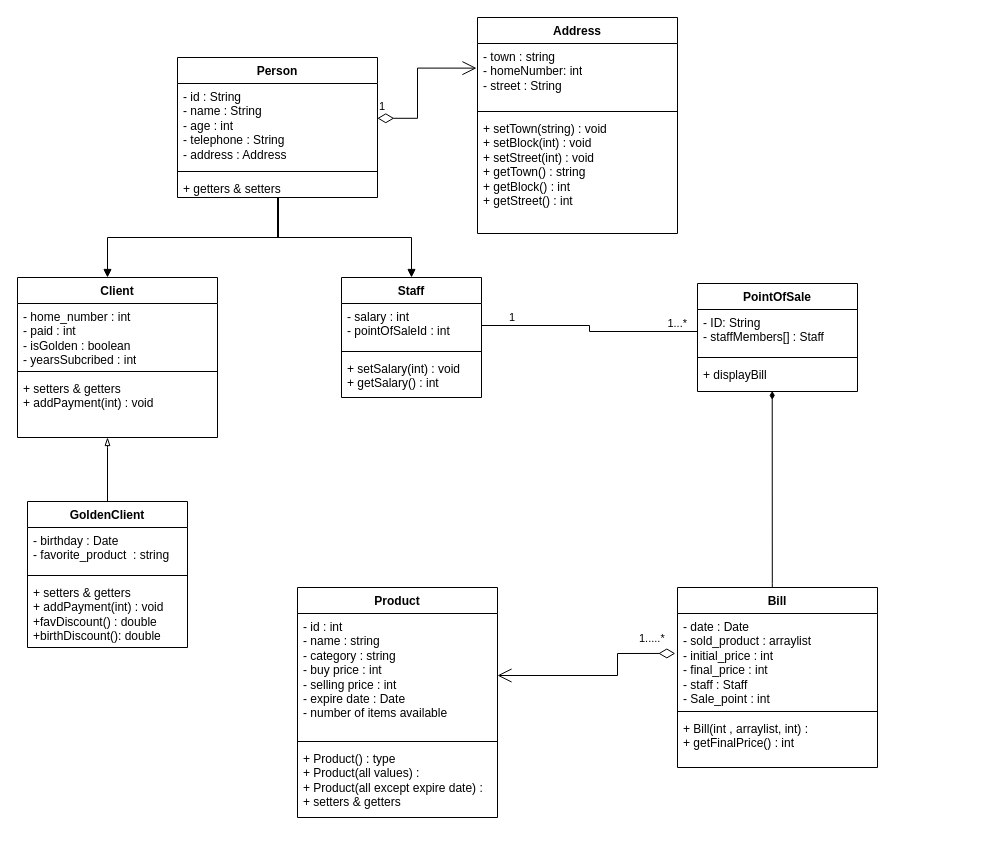
Earlier version of the draw.io diagram UML/supermarket-uml.drawio (DiaaAhmedHassan/SuperMarketSystem). Source tidied: cells renumbered, new cells numbered last; positions are measured from the earlier drawing's top-left corner, leaving out a move shared by most shapes. Both pictures are drawn from the tidied source at 100%, with x=0, y=0 at pixel (17, 17).
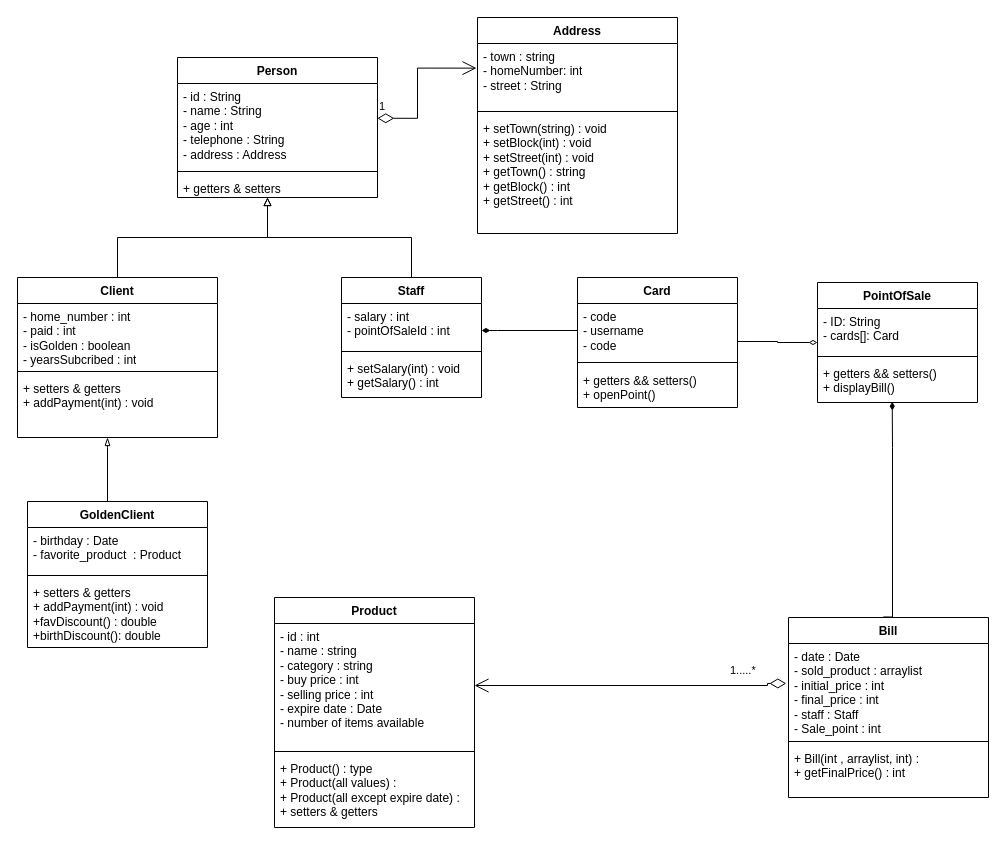
After the change.

Commit message:
Card class uml

The change refers to these unchanged cells:
```xml
<mxCell id="3" value="- id : int&lt;br&gt;- name : string&lt;br&gt;- category : string&lt;br&gt;- buy price : int&lt;br&gt;- selling price : int&lt;br&gt;- expire date : Date&lt;br&gt;- number of items available&amp;nbsp;" style="text;strokeColor=none;fillColor=none;align=left;verticalAlign=top;spacingLeft=4;spacingRight=4;overflow=hidden;points=[[0,0.5],[1,0.5]];portConstraint=eastwest;whiteSpace=wrap;html=1;" parent="2" vertex="1">
  <mxGeometry y="26" width="200" height="124" as="geometry" />
</mxCell>
<mxCell id="6" value="Client" style="swimlane;fontStyle=1;align=center;verticalAlign=top;horizontal=1;startSize=26;whiteSpace=wrap;html=1;" parent="1" vertex="1">
  <mxGeometry y="260" width="200" height="160" as="geometry" />
</mxCell>
<mxCell id="20" value="- date : Date&lt;br&gt;- sold_product : arraylist&lt;br&gt;- initial_price : int&lt;br&gt;- final_price : int&lt;br&gt;- staff : Staff&lt;br&gt;- Sale_point : int" style="text;strokeColor=none;fillColor=none;align=left;verticalAlign=top;spacingLeft=4;spacingRight=4;overflow=hidden;points=[[0,0.5],[1,0.5]];portConstraint=eastwest;whiteSpace=wrap;html=1;" parent="19" vertex="1">
  <mxGeometry y="26" width="200" height="94" as="geometry" />
</mxCell>
<mxCell id="23" value="Staff" style="swimlane;fontStyle=1;align=center;verticalAlign=top;horizontal=1;startSize=26;whiteSpace=wrap;html=1;" parent="1" vertex="1">
  <mxGeometry x="324" y="260" width="140" height="120" as="geometry" />
</mxCell>
<mxCell id="24" value="- salary : int&lt;br&gt;- pointOfSaleId : int" style="text;strokeColor=none;fillColor=none;align=left;verticalAlign=top;spacingLeft=4;spacingRight=4;overflow=hidden;points=[[0,0.5],[1,0.5]];portConstraint=eastwest;whiteSpace=wrap;html=1;" parent="23" vertex="1">
  <mxGeometry y="26" width="140" height="44" as="geometry" />
</mxCell>
<mxCell id="30" value="+ getters &amp;amp; setters" style="text;strokeColor=none;fillColor=none;align=left;verticalAlign=top;spacingLeft=4;spacingRight=4;overflow=hidden;points=[[0,0.5],[1,0.5]];portConstraint=eastwest;whiteSpace=wrap;html=1;" parent="27" vertex="1">
  <mxGeometry y="118" width="200" height="22" as="geometry" />
</mxCell>
```

The edit, as a diff of the source:
```diff
@@
     <mxCell id="2" value="Product" style="swimlane;fontStyle=1;align=center;verticalAlign=top;horizontal=1;startSize=26;whiteSpace=wrap;html=1;" parent="1" vertex="1">
-      <mxGeometry x="280" y="570" width="200" height="230" as="geometry" />
+      <mxGeometry x="257" y="580" width="200" height="230" as="geometry" />
     </mxCell>
@@
+    <mxCell id="43" style="edgeStyle=orthogonalEdgeStyle;rounded=0;jettySize=auto;html=1;entryX=0.45;entryY=1;entryDx=0;entryDy=0;entryPerimeter=0;endArrow=block;endFill=0;" parent="1" edge="1" source="6" target="30">
+      <mxGeometry relative="1" as="geometry" />
+    </mxCell>
@@
     <mxCell id="14" value="GoldenClient" style="swimlane;fontStyle=1;align=center;verticalAlign=top;horizontal=1;startSize=26;whiteSpace=wrap;html=1;" parent="1" vertex="1">
-      <mxGeometry x="10" y="484" width="160" height="146" as="geometry" />
+      <mxGeometry x="10" y="484" width="180" height="146" as="geometry" />
     </mxCell>
-    <mxCell id="15" value="- birthday : Date&lt;br&gt;- favorite_product&amp;nbsp; : string" style="text;strokeColor=none;fillColor=none;align=left;verticalAlign=top;spacingLeft=4;spacingRight=4;overflow=hidden;whiteSpace=wrap;html=1;" parent="14" vertex="1">
-      <mxGeometry y="26" width="160" height="44" as="geometry" />
+    <mxCell id="15" value="- birthday : Date&lt;br&gt;- favorite_product&amp;nbsp; : Product" style="text;strokeColor=none;fillColor=none;align=left;verticalAlign=top;spacingLeft=4;spacingRight=4;overflow=hidden;whiteSpace=wrap;html=1;" parent="14" vertex="1">
+      <mxGeometry y="26" width="180" height="44" as="geometry" />
     </mxCell>
     <mxCell id="16" style="line;strokeWidth=1;fillColor=none;align=left;verticalAlign=middle;spacingTop=-1;spacingLeft=3;spacingRight=3;labelPosition=right;strokeColor=inherit;" parent="14" vertex="1">
-      <mxGeometry y="70" width="160" height="8" as="geometry" />
+      <mxGeometry y="70" width="180" height="8" as="geometry" />
     </mxCell>
     <mxCell id="17" value="+ setters &amp;amp; getters&lt;br&gt;+ addPayment(int) : void&lt;br&gt;+favDiscount() : double&lt;br&gt;+birthDiscount(): double" style="text;strokeColor=none;fillColor=none;align=left;verticalAlign=top;spacingLeft=4;spacingRight=4;overflow=hidden;whiteSpace=wrap;html=1;" parent="14" vertex="1">
-      <mxGeometry y="78" width="160" height="68" as="geometry" />
+      <mxGeometry y="78" width="180" height="68" as="geometry" />
     </mxCell>
@@
     <mxCell id="19" value="Bill" style="swimlane;fontStyle=1;align=center;verticalAlign=top;horizontal=1;startSize=26;whiteSpace=wrap;html=1;" parent="1" vertex="1">
-      <mxGeometry x="660" y="570" width="200" height="180" as="geometry" />
+      <mxGeometry x="771" y="600" width="200" height="180" as="geometry" />
     </mxCell>
@@
+    <mxCell id="44" style="edgeStyle=orthogonalEdgeStyle;rounded=0;jettySize=auto;html=1;entryX=0.45;entryY=1;entryDx=0;entryDy=0;entryPerimeter=0;endArrow=block;endFill=0;" parent="1" edge="1" source="23" target="30">
+      <mxGeometry relative="1" as="geometry" />
+    </mxCell>
@@
-    <mxCell id="31" style="endArrow=block;endFill=1;html=1;edgeStyle=orthogonalEdgeStyle;align=left;verticalAlign=top;rounded=0;" parent="1" edge="1">
-      <mxGeometry x="0.64" y="-18" relative="1" as="geometry">
-        <mxPoint x="261" y="180" as="sourcePoint" />
-        <mxPoint x="90" y="260" as="targetPoint" />
-        <Array as="points">
-          <mxPoint x="261" y="220" />
-        </Array>
-      </mxGeometry>
-    </mxCell>
-    <mxCell id="32" style="endArrow=block;endFill=1;html=1;edgeStyle=orthogonalEdgeStyle;align=left;verticalAlign=top;rounded=0;exitX=0.5;exitY=1;exitDx=0;exitDy=0;exitPerimeter=0;entryX=0.5;entryY=0;entryDx=0;entryDy=0;" parent="1" edge="1" source="30" target="23">
-      <mxGeometry x="-1" relative="1" as="geometry">
-        <Array as="points">
-          <mxPoint x="260" y="220" />
-          <mxPoint x="394" y="220" />
-        </Array>
-      </mxGeometry>
-    </mxCell>
     <mxCell id="33" value="PointOfSale" style="swimlane;fontStyle=1;align=center;verticalAlign=top;horizontal=1;startSize=26;whiteSpace=wrap;html=1;" parent="1" vertex="1">
-      <mxGeometry x="680" y="266" width="160" height="108" as="geometry" />
+      <mxGeometry x="800" y="265" width="160" height="120" as="geometry" />
     </mxCell>
-    <mxCell id="34" value="- ID: String&lt;br&gt;- staffMembers[] : Staff" style="text;strokeColor=none;fillColor=none;align=left;verticalAlign=top;spacingLeft=4;spacingRight=4;overflow=hidden;points=[[0,0.5],[1,0.5]];portConstraint=eastwest;whiteSpace=wrap;html=1;" parent="33" vertex="1">
+    <mxCell id="34" value="- ID: String&lt;br&gt;- cards[]: Card" style="text;strokeColor=none;fillColor=none;align=left;verticalAlign=top;spacingLeft=4;spacingRight=4;overflow=hidden;points=[[0,0.5],[1,0.5]];portConstraint=eastwest;whiteSpace=wrap;html=1;" parent="33" vertex="1">
       <mxGeometry y="26" width="160" height="44" as="geometry" />
     </mxCell>
@@
-    <mxCell id="36" value="+ displayBill" style="text;strokeColor=none;fillColor=none;align=left;verticalAlign=top;spacingLeft=4;spacingRight=4;overflow=hidden;points=[[0,0.5],[1,0.5]];portConstraint=eastwest;whiteSpace=wrap;html=1;" parent="33" vertex="1">
-      <mxGeometry y="78" width="160" height="30" as="geometry" />
+    <mxCell id="36" value="+ getters &amp;amp;&amp;amp; setters()&lt;br&gt;+ displayBill()" style="text;strokeColor=none;fillColor=none;align=left;verticalAlign=top;spacingLeft=4;spacingRight=4;overflow=hidden;points=[[0,0.5],[1,0.5]];portConstraint=eastwest;whiteSpace=wrap;html=1;" parent="33" vertex="1">
+      <mxGeometry y="78" width="160" height="42" as="geometry" />
     </mxCell>
     <mxCell id="37" style="edgeStyle=orthogonalEdgeStyle;rounded=0;jettySize=auto;html=1;endArrow=diamondThin;endFill=1;entryX=0.467;entryY=0.981;entryDx=0;entryDy=0;entryPerimeter=0;exitX=0.474;exitY=-0.003;exitDx=0;exitDy=0;exitPerimeter=0;" parent="1" edge="1" source="19" target="36">
       <mxGeometry relative="1" as="geometry">
         <Array as="points">
-          <mxPoint x="755" y="566" />
-          <mxPoint x="755" y="566" />
+          <mxPoint x="875" y="600" />
+          <mxPoint x="875" y="430" />
         </Array>
       </mxGeometry>
     </mxCell>
@@
-    <mxCell id="39" style="endArrow=none;html=1;edgeStyle=orthogonalEdgeStyle;rounded=0;exitX=1;exitY=0.5;exitDx=0;exitDy=0;entryX=0;entryY=0.5;entryDx=0;entryDy=0;" parent="1" edge="1" source="24" target="34">
-      <mxGeometry relative="1" as="geometry" />
-    </mxCell>
-    <mxCell id="40" value="1" style="edgeLabel;html=1;align=left;verticalAlign=bottom;" parent="39" vertex="1">
-      <mxGeometry x="-1" relative="1" as="geometry">
-        <mxPoint x="26" as="offset" />
-      </mxGeometry>
-    </mxCell>
-    <mxCell id="41" value="1...*" style="edgeLabel;html=1;align=right;verticalAlign=bottom;" parent="39" vertex="1">
-      <mxGeometry x="1" relative="1" as="geometry">
-        <mxPoint x="-10" as="offset" />
-      </mxGeometry>
-    </mxCell>
     <mxCell id="42" value="1.....*" style="endArrow=open;html=1;endSize=12;startArrow=diamondThin;startSize=14;startFill=0;edgeStyle=orthogonalEdgeStyle;align=left;verticalAlign=bottom;rounded=0;exitX=-0.011;exitY=0.425;exitDx=0;exitDy=0;exitPerimeter=0;entryX=1;entryY=0.5;entryDx=0;entryDy=0;" parent="1" edge="1" source="20" target="3">
       <mxGeometry x="-0.62" y="-6" relative="1" as="geometry">
         <Array as="points">
-          <mxPoint x="600" y="636" />
-          <mxPoint x="600" y="658" />
+          <mxPoint x="750" y="666" />
+          <mxPoint x="750" y="668" />
         </Array>
       </mxGeometry>
     </mxCell>
+    <mxCell id="45" value="Card" style="swimlane;fontStyle=1;align=center;verticalAlign=top;horizontal=1;startSize=26;whiteSpace=wrap;html=1;" parent="1" vertex="1">
+      <mxGeometry x="560" y="260" width="160" height="130" as="geometry" />
+    </mxCell>
+    <mxCell id="46" value="- code&lt;br&gt;- username&lt;br&gt;- code" style="text;strokeColor=none;fillColor=none;align=left;verticalAlign=top;spacingLeft=4;spacingRight=4;overflow=hidden;points=[[0,0.5],[1,0.5]];portConstraint=eastwest;whiteSpace=wrap;html=1;" parent="45" vertex="1">
+      <mxGeometry y="26" width="160" height="54" as="geometry" />
+    </mxCell>
+    <mxCell id="47" style="line;strokeWidth=1;fillColor=none;align=left;verticalAlign=middle;spacingTop=-1;spacingLeft=3;spacingRight=3;labelPosition=right;strokeColor=inherit;" parent="45" vertex="1">
+      <mxGeometry y="80" width="160" height="10" as="geometry" />
+    </mxCell>
+    <mxCell id="48" value="+ getters &amp;amp;&amp;amp; setters()&lt;br&gt;+ openPoint()" style="text;strokeColor=none;fillColor=none;align=left;verticalAlign=top;spacingLeft=4;spacingRight=4;overflow=hidden;whiteSpace=wrap;html=1;" parent="45" vertex="1">
+      <mxGeometry y="90" width="160" height="40" as="geometry" />
+    </mxCell>
+    <mxCell id="49" style="edgeStyle=orthogonalEdgeStyle;rounded=0;jettySize=auto;html=1;endArrow=diamondThin;endFill=1;exitX=0;exitY=0.5;exitDx=0;exitDy=0;" parent="1" edge="1" source="46" target="23">
+      <mxGeometry relative="1" as="geometry">
+        <Array as="points">
+          <mxPoint x="480" y="313" />
+          <mxPoint x="480" y="313" />
+        </Array>
+      </mxGeometry>
+    </mxCell>
+    <mxCell id="50" style="edgeStyle=orthogonalEdgeStyle;rounded=0;jettySize=auto;html=1;exitX=1;exitY=0.704;exitDx=0;exitDy=0;exitPerimeter=0;endArrow=diamondThin;endFill=0;" parent="1" edge="1" source="46" target="33">
+      <mxGeometry relative="1" as="geometry" />
+    </mxCell>
```
